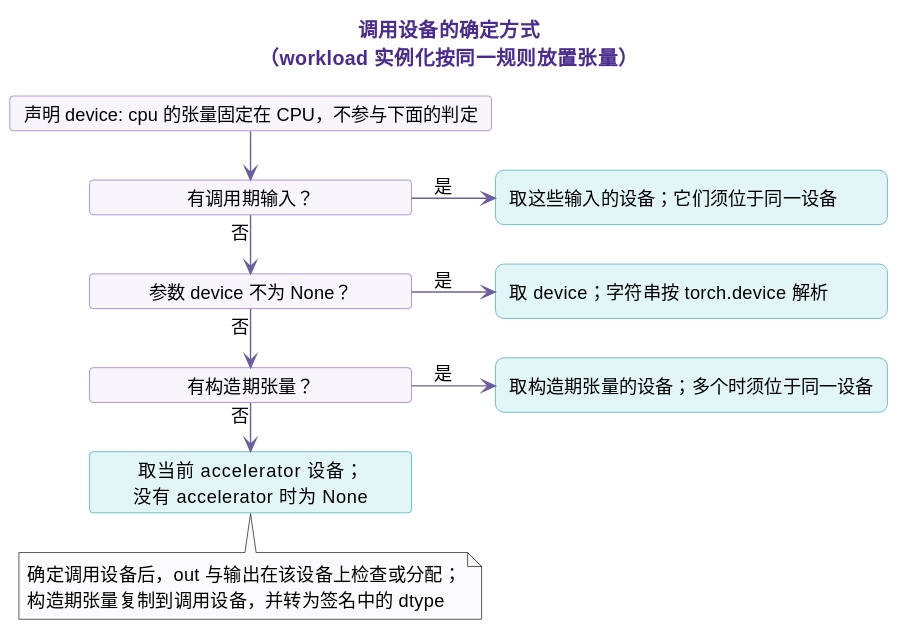
Earlier version of the PlantUML export docs/user-guide/manifest/img/device.zh.svg (tile-ai/TileOPs.github.io).
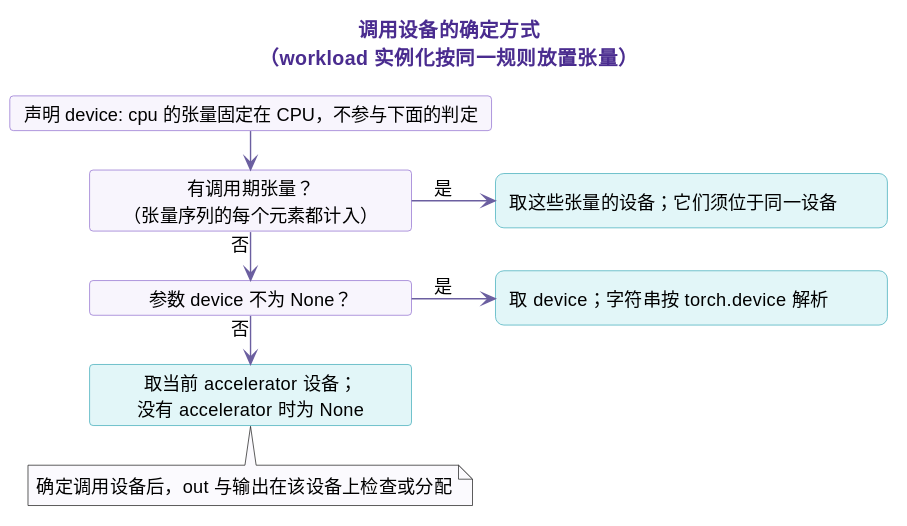
Above is the later version.

What changed in the source:
```diff
@@ -28,28 +28,22 @@
 title 调用设备的确定方式\n（workload 实例化按同一规则放置张量）
 
 card "声明 device: cpu 的张量固定在 CPU，不参与下面的判定" as pre
-card "有调用期输入？" as c1
+card "有调用期张量？\n（张量序列的每个元素都计入）" as c1
 card "参数 device 不为 None？" as c2
-card "有构造期张量？" as c3
-card "取当前 CUDA 设备；\nCUDA 不可用时为 None" as r5 #E2F6F8;line:3AA9B8
+card "取当前 accelerator 设备；\n没有 accelerator 时为 None" as r5 #E2F6F8;line:3AA9B8
 
-rectangle "取这些输入的设备；它们须位于同一设备" as r1
+rectangle "取这些张量的设备；它们须位于同一设备" as r1
 rectangle "取 device；字符串按 torch.device 解析" as r2
-rectangle "取构造期张量的设备；多个时须位于同一设备" as r3
 
 pre -down-> c1
 c1 -down-> c2 : 否
-c2 -down-> c3 : 否
-c3 -down-> r5 : 否
+c2 -down-> r5 : 否
 c1 -right-> r1 : 是
 c2 -right-> r2 : 是
-c3 -right-> r3 : 是
 
 r1 -[hidden]down- r2
-r2 -[hidden]down- r3
 
 note bottom of r5 #FBFAFE
-  确定调用设备后，out 与输出在该设备上检查或分配；
-  构造期张量复制到调用设备，并转为签名中的 dtype
+  确定调用设备后，out 与输出在该设备上检查或分配
 end note
 @enduml
```
